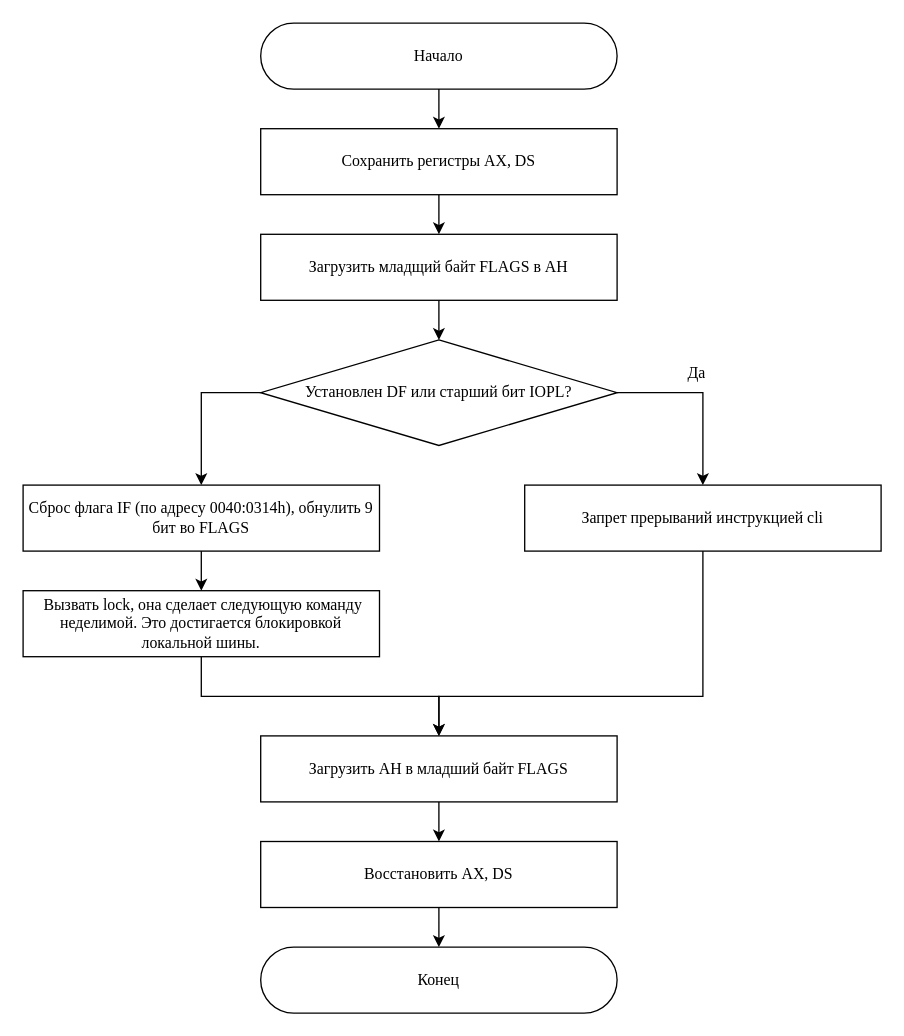
Above: lab-01/SUB2.drawio in xanderkov/ics7-os (draw.io), before the change. Source tidied: cells renumbered, new cells numbered last; positions are measured from the earlier drawing's top-left corner, leaving out a move shared by most shapes. Both pictures are drawn from the tidied source at 132%, with x=0, y=0 at pixel (22, 22).
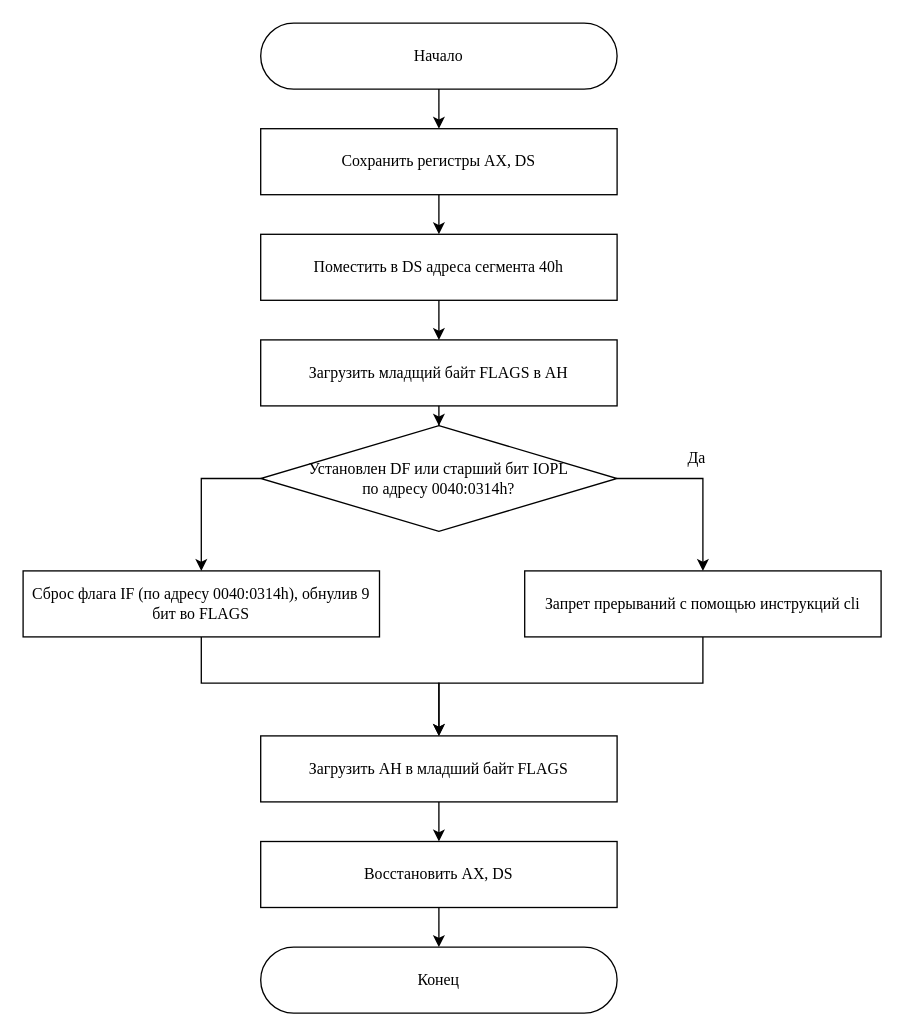
After the change.

The change refers to these unchanged cells:
```xml
<mxCell id="5" value="Сохранить регистры AX, DS" style="rounded=1;whiteSpace=wrap;html=1;fontFamily=Garamond;arcSize=0;" parent="1" vertex="1">
  <mxGeometry x="180" y="80" width="270" height="50" as="geometry" />
</mxCell>
<mxCell id="19" value="Загрузить AH в младший байт FLAGS" style="rounded=1;whiteSpace=wrap;html=1;fontFamily=Garamond;arcSize=0;" parent="1" vertex="1">
  <mxGeometry x="180" y="540" width="270" height="50" as="geometry" />
</mxCell>
```

What changed in the source:
```diff
@@
-    <mxCell id="4" style="edgeStyle=orthogonalEdgeStyle;rounded=0;jettySize=auto;html=1;entryX=0.5;entryY=0;entryDx=0;entryDy=0;" parent="1" edge="1" source="5" target="7">
-      <mxGeometry relative="1" as="geometry" />
-    </mxCell>
+    <mxCell id="23" style="edgeStyle=orthogonalEdgeStyle;rounded=0;jettySize=auto;html=1;" parent="1" edge="1" source="5" target="25">
+      <mxGeometry relative="1" as="geometry" />
+    </mxCell>
@@
     <mxCell id="7" value="Загрузить младщий байт FLAGS в AH" style="rounded=1;whiteSpace=wrap;html=1;fontFamily=Garamond;arcSize=0;" parent="1" vertex="1">
-      <mxGeometry x="180" y="160" width="270" height="50" as="geometry" />
+      <mxGeometry x="180" y="240" width="270" height="50" as="geometry" />
     </mxCell>
     <mxCell id="8" style="edgeStyle=orthogonalEdgeStyle;rounded=0;jettySize=auto;html=1;entryX=0.5;entryY=0;entryDx=0;entryDy=0;" parent="1" edge="1" source="10" target="12">
       <mxGeometry relative="1" as="geometry">
         <Array as="points">
-          <mxPoint x="515" y="280" />
+          <mxPoint x="515" y="345" />
         </Array>
       </mxGeometry>
     </mxCell>
     <mxCell id="9" style="edgeStyle=orthogonalEdgeStyle;rounded=0;jettySize=auto;html=1;entryX=0.5;entryY=0;entryDx=0;entryDy=0;" parent="1" edge="1" source="10" target="15">
       <mxGeometry relative="1" as="geometry">
         <Array as="points">
-          <mxPoint x="135" y="280" />
+          <mxPoint x="135" y="345" />
         </Array>
       </mxGeometry>
     </mxCell>
-    <mxCell id="10" value="Установлен DF или старший бит IOPL?" style="rhombus;whiteSpace=wrap;html=1;fontFamily=Garamond;" parent="1" vertex="1">
-      <mxGeometry x="180" y="240" width="270" height="80" as="geometry" />
+    <mxCell id="10" value="Установлен DF или старший бит IOPL&lt;br&gt;по адресу 0040:0314h?" style="rhombus;whiteSpace=wrap;html=1;fontFamily=Garamond;" parent="1" vertex="1">
+      <mxGeometry x="180" y="305" width="270" height="80" as="geometry" />
     </mxCell>
     <mxCell id="11" style="edgeStyle=orthogonalEdgeStyle;rounded=0;jettySize=auto;html=1;entryX=0.5;entryY=0;entryDx=0;entryDy=0;" parent="1" edge="1" source="12" target="19">
       <mxGeometry relative="1" as="geometry">
         <Array as="points">
-          <mxPoint x="515" y="510" />
-          <mxPoint x="315" y="510" />
+          <mxPoint x="515" y="500" />
+          <mxPoint x="315" y="500" />
         </Array>
       </mxGeometry>
     </mxCell>
-    <mxCell id="12" value="Запрет прерываний инструкцией cli" style="rounded=1;whiteSpace=wrap;html=1;fontFamily=Garamond;arcSize=0;" parent="1" vertex="1">
-      <mxGeometry x="380" y="350" width="270" height="50" as="geometry" />
+    <mxCell id="12" value="Запрет прерываний с помощью инструкций cli" style="rounded=1;whiteSpace=wrap;html=1;fontFamily=Garamond;arcSize=0;" parent="1" vertex="1">
+      <mxGeometry x="380" y="415" width="270" height="50" as="geometry" />
     </mxCell>
     <mxCell id="13" value="Да" style="text;html=1;align=center;verticalAlign=middle;strokeColor=none;fillColor=none;fontFamily=Times New Roman;" parent="1" vertex="1">
-      <mxGeometry x="490" y="250" width="40" height="30" as="geometry" />
+      <mxGeometry x="490" y="315" width="40" height="30" as="geometry" />
     </mxCell>
-    <mxCell id="14" style="edgeStyle=orthogonalEdgeStyle;rounded=0;jettySize=auto;html=1;" parent="1" edge="1" source="15" target="17">
-      <mxGeometry relative="1" as="geometry" />
+    <mxCell id="14" style="edgeStyle=orthogonalEdgeStyle;rounded=0;jettySize=auto;html=1;entryX=0.5;entryY=0;entryDx=0;entryDy=0;" parent="1" edge="1" source="15" target="19">
+      <mxGeometry relative="1" as="geometry">
+        <Array as="points">
+          <mxPoint x="135" y="500" />
+          <mxPoint x="315" y="500" />
+        </Array>
+      </mxGeometry>
     </mxCell>
-    <mxCell id="15" value="Сброс флага IF (по адресу 0040:0314h), обнулить 9 бит во FLAGS" style="rounded=1;whiteSpace=wrap;html=1;fontFamily=Garamond;arcSize=0;" parent="1" vertex="1">
-      <mxGeometry y="350" width="270" height="50" as="geometry" />
+    <mxCell id="15" value="Сброс флага IF (по адресу 0040:0314h), обнулив 9 бит во FLAGS" style="rounded=1;whiteSpace=wrap;html=1;fontFamily=Garamond;arcSize=0;" parent="1" vertex="1">
+      <mxGeometry y="415" width="270" height="50" as="geometry" />
     </mxCell>
-    <mxCell id="16" style="edgeStyle=orthogonalEdgeStyle;rounded=0;jettySize=auto;html=1;" parent="1" edge="1" source="17" target="19">
-      <mxGeometry relative="1" as="geometry" />
-    </mxCell>
-    <mxCell id="17" value="&amp;nbsp;Вызвать lock, она сделает следующую команду неделимой. Это достигается блокировкой локальной шины." style="rounded=1;whiteSpace=wrap;html=1;fontFamily=Garamond;arcSize=0;" parent="1" vertex="1">
-      <mxGeometry y="430" width="270" height="50" as="geometry" />
-    </mxCell>
@@
+    <mxCell id="24" style="edgeStyle=orthogonalEdgeStyle;rounded=0;jettySize=auto;html=1;entryX=0.5;entryY=0;entryDx=0;entryDy=0;" parent="1" edge="1" source="25" target="7">
+      <mxGeometry relative="1" as="geometry" />
+    </mxCell>
+    <mxCell id="25" value="Поместить в DS адреса сегмента 40h" style="rounded=1;whiteSpace=wrap;html=1;fontFamily=Garamond;arcSize=0;" parent="1" vertex="1">
+      <mxGeometry x="180" y="160" width="270" height="50" as="geometry" />
+    </mxCell>
```
